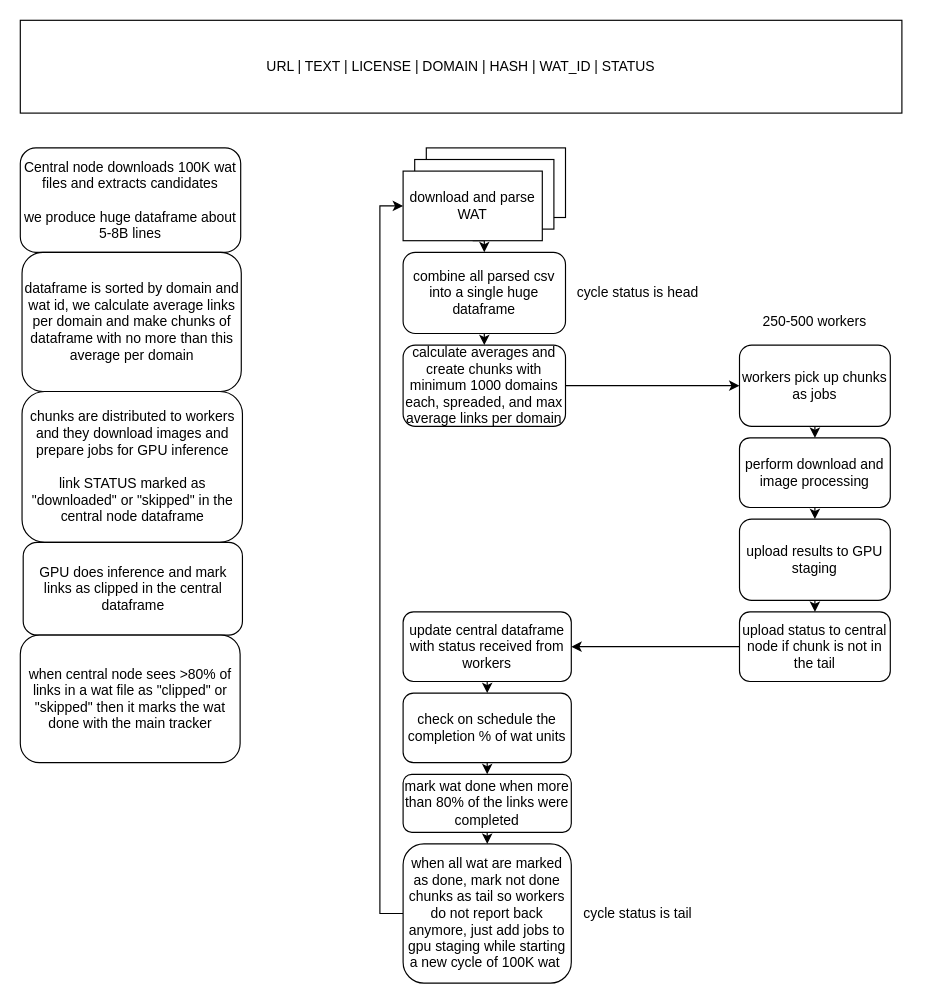
The draw.io diagram helpers/new_workflow.drawio in rvencu/crawlingathome-gpu-hcloud, before the edit. Source tidied: cells renumbered, new cells numbered last; positions are measured from the earlier drawing's top-left corner, leaving out a move shared by most shapes. Both pictures are drawn from the tidied source at 116%, with x=0, y=0 at pixel (20, 20).
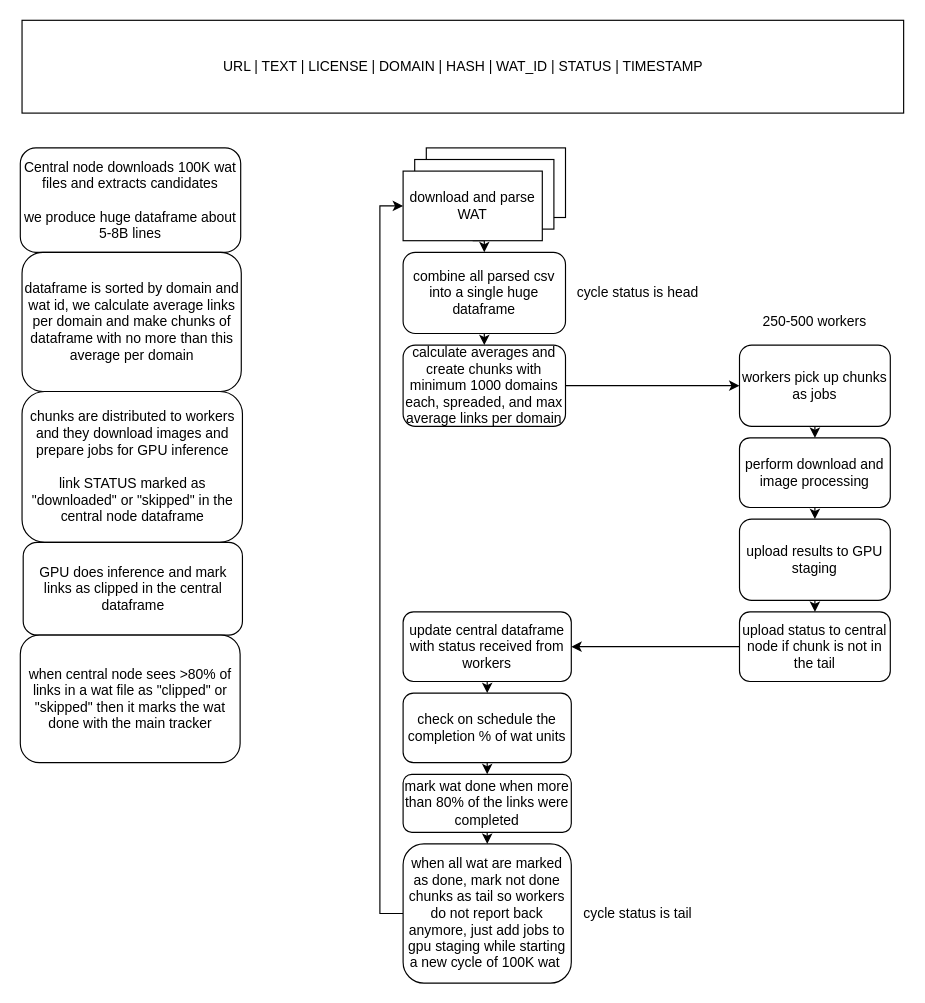
The same page after the edit.

The edit, as a diff of the source:
```diff
@@
-    <mxCell id="7" value="URL | TEXT | LICENSE | DOMAIN | HASH | WAT_ID | STATUS" style="rounded=0;whiteSpace=wrap;html=1;" parent="1" vertex="1">
-      <mxGeometry width="760" height="80" as="geometry" />
+    <mxCell id="7" value="URL | TEXT | LICENSE | DOMAIN | HASH | WAT_ID | STATUS | TIMESTAMP" style="rounded=0;whiteSpace=wrap;html=1;" parent="1" vertex="1">
+      <mxGeometry x="1.5" width="760" height="80" as="geometry" />
     </mxCell>
```
